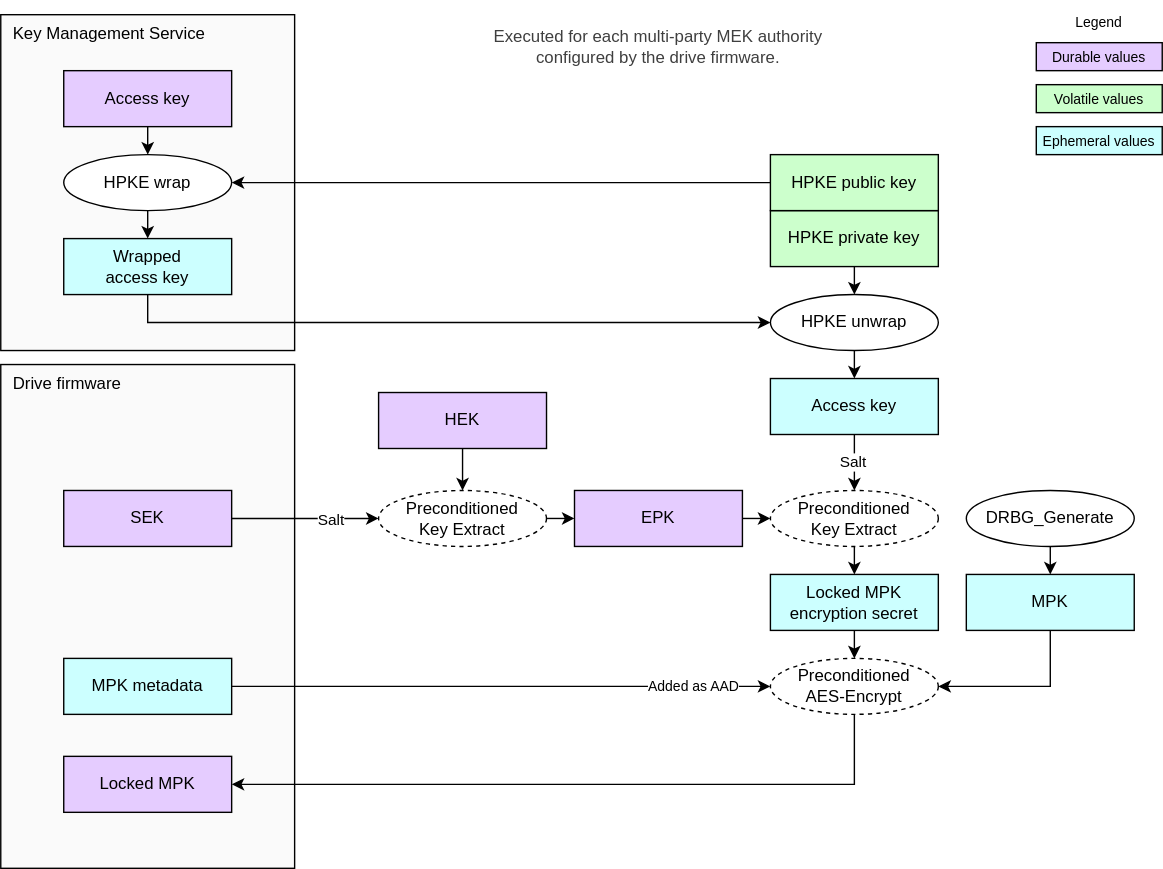
Above: doc/ocp_lock/diagrams/mpk_generate.drawio.svg in chipsalliance/Caliptra (draw.io), before the change. Source tidied: cells renumbered, new cells last; positions are measured from the earlier drawing's top-left corner, leaving out a move shared by most shapes.
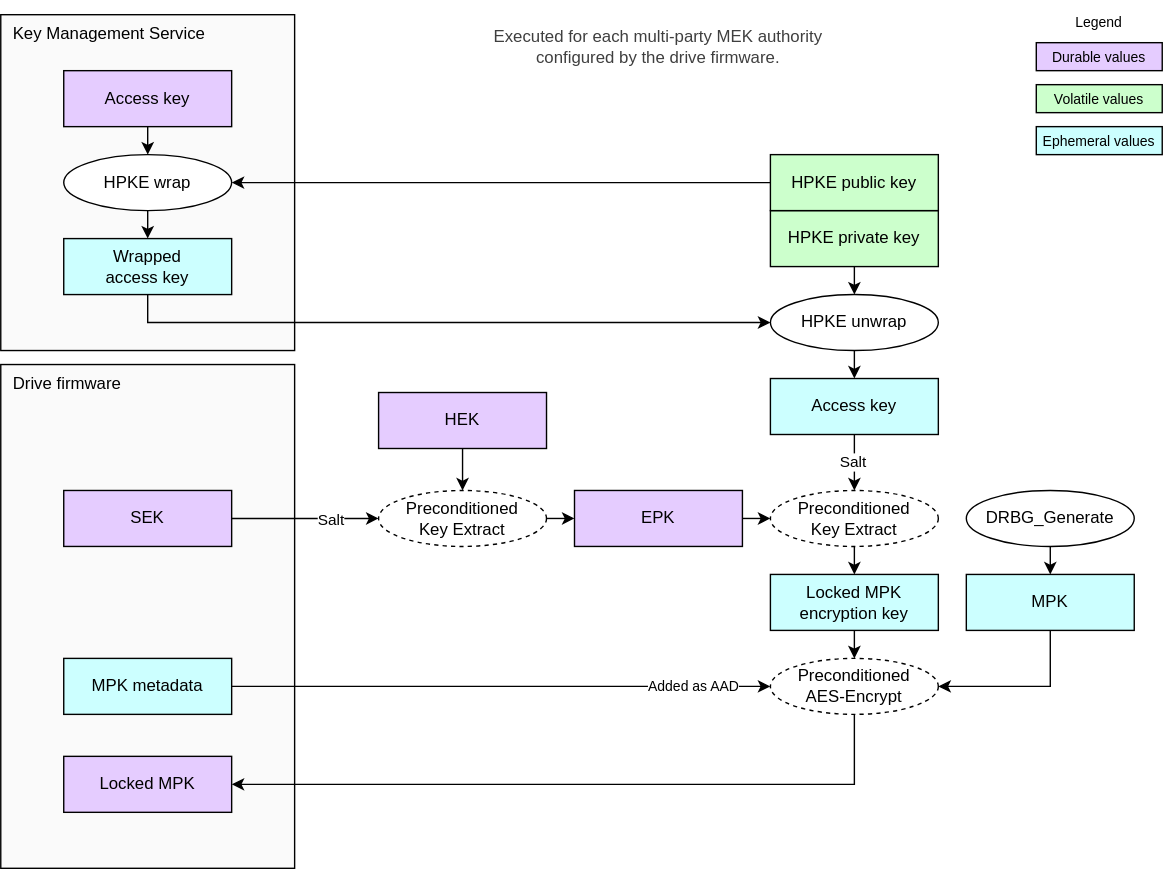
Above is the later version.

Change to the diagram source:
```diff
@@ -20,7 +20,7 @@
     <mxCell id="7" style="edgeStyle=none;html=1;exitX=0.5;exitY=1;exitDx=0;exitDy=0;entryX=0.5;entryY=0;entryDx=0;entryDy=0;" parent="1" edge="1" source="8" target="10">
       <mxGeometry relative="1" as="geometry" />
     </mxCell>
-    <mxCell id="8" value="&lt;div&gt;&lt;font color=&quot;#000000&quot;&gt;Locked MPK encryption secret&lt;/font&gt;&lt;/div&gt;" style="rounded=0;whiteSpace=wrap;html=1;align=center;verticalAlign=middle;shadow=0;glass=0;spacingLeft=0;spacingBottom=0;spacingTop=0;fillColor=#CCFFFF;" parent="1" vertex="1">
+    <mxCell id="8" value="&lt;div&gt;&lt;font color=&quot;#000000&quot;&gt;Locked MPK encryption key&lt;/font&gt;&lt;/div&gt;" style="rounded=0;whiteSpace=wrap;html=1;align=center;verticalAlign=middle;shadow=0;glass=0;spacingLeft=0;spacingBottom=0;spacingTop=0;fillColor=#CCFFFF;" parent="1" vertex="1">
       <mxGeometry x="550" y="410" width="120" height="40" as="geometry" />
     </mxCell>
     <mxCell id="9" value="&lt;div&gt;&lt;font color=&quot;#000000&quot;&gt;Access key&lt;/font&gt;&lt;/div&gt;" style="rounded=0;whiteSpace=wrap;html=1;align=center;verticalAlign=middle;shadow=0;glass=0;spacingLeft=0;spacingBottom=0;spacingTop=0;fillColor=#CCFFFF;" parent="1" vertex="1">
```
